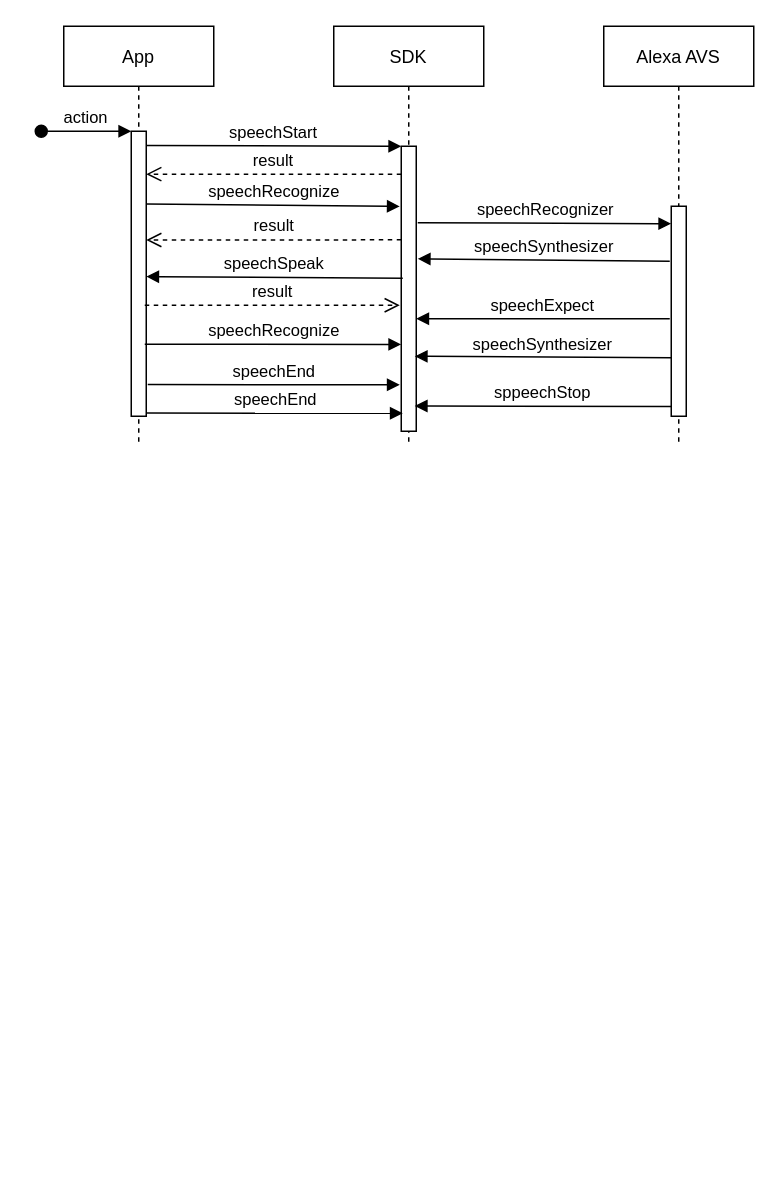
codejie/AlexaHelper keeps this draw.io diagram as page "speech" (3 of 5) of doc/AlexaSDK.drawio. Above is the earlier version. Source tidied: cells renumbered, new cells numbered last; positions are measured from the earlier drawing's top-left corner, leaving out a move shared by most shapes. Both pictures are drawn from the tidied source at 150%, with x=0, y=0 at pixel (40, 26).
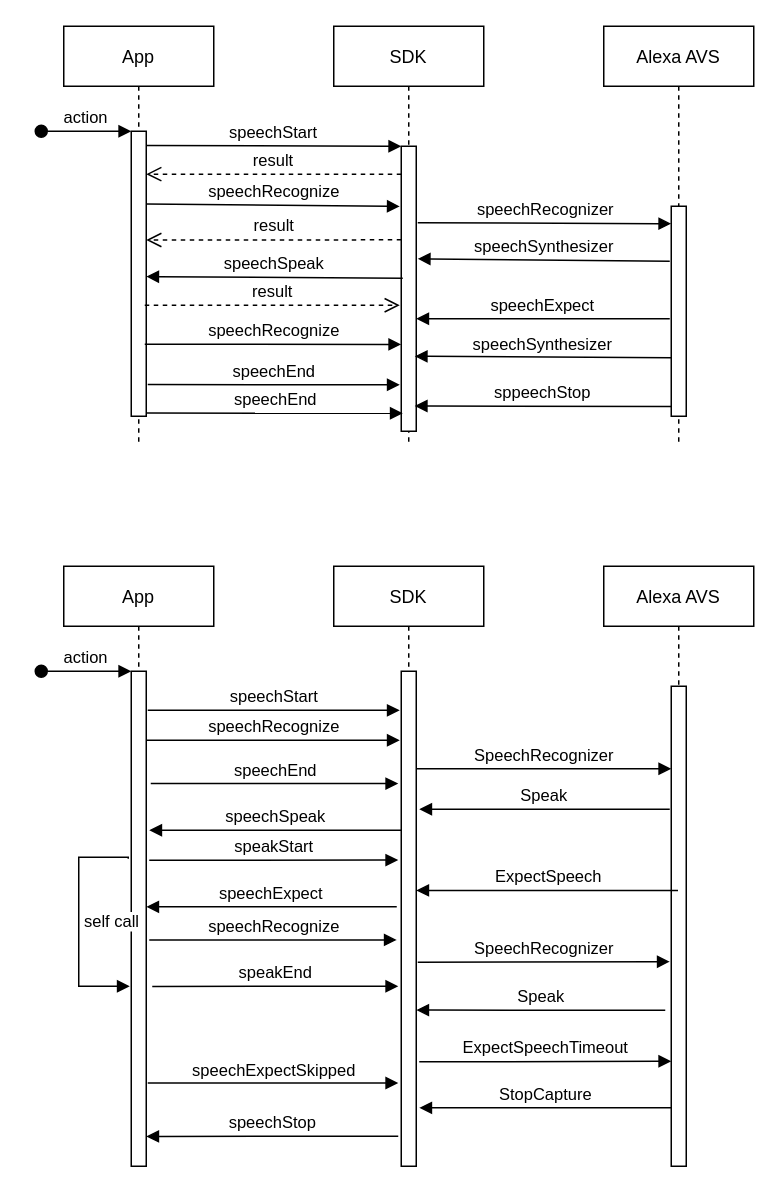
The same diagram, later.

The edit, as a diff of the source:
```diff
@@
+    <mxCell id="23" value="App" style="shape=umlLifeline;perimeter=lifelinePerimeter;rounded=0;shadow=0;strokeWidth=1;" parent="1" vertex="1">
+      <mxGeometry x="15" y="360" width="100" height="400" as="geometry" />
+    </mxCell>
+    <mxCell id="24" style="points=[];perimeter=orthogonalPerimeter;rounded=0;shadow=0;strokeWidth=1;" parent="23" vertex="1">
+      <mxGeometry x="45" y="70" width="10" height="330" as="geometry" />
+    </mxCell>
+    <mxCell id="25" value="action" style="verticalAlign=bottom;startArrow=oval;endArrow=block;startSize=8;shadow=0;strokeWidth=1;" parent="23" edge="1" target="24">
+      <mxGeometry relative="1" as="geometry">
+        <mxPoint x="-15" y="70" as="sourcePoint" />
+      </mxGeometry>
+    </mxCell>
+    <mxCell id="26" value="speakStart" style="html=1;verticalAlign=bottom;endArrow=block;rounded=0;entryX=-0.2;entryY=0.571;entryDx=0;entryDy=0;entryPerimeter=0;exitX=1.2;exitY=0.376;exitDx=0;exitDy=0;exitPerimeter=0;" parent="23" edge="1">
+      <mxGeometry relative="1" as="geometry">
+        <mxPoint x="57" y="196" as="sourcePoint" />
+        <mxPoint x="223" y="195.9" as="targetPoint" />
+      </mxGeometry>
+    </mxCell>
+    <mxCell id="27" value="self call" style="edgeStyle=orthogonalEdgeStyle;html=1;align=left;spacingLeft=2;endArrow=block;rounded=0;exitX=-0.2;exitY=0.379;exitDx=0;exitDy=0;exitPerimeter=0;" parent="23" edge="1" source="24">
+      <mxGeometry relative="1" as="geometry">
+        <mxPoint x="44" y="280" as="targetPoint" />
+        <Array as="points">
+          <mxPoint x="43" y="194" />
+          <mxPoint x="10" y="194" />
+          <mxPoint x="10" y="280" />
+        </Array>
+      </mxGeometry>
+    </mxCell>
+    <mxCell id="28" value="speechStop" style="html=1;verticalAlign=bottom;endArrow=block;rounded=0;entryX=1.2;entryY=0.882;entryDx=0;entryDy=0;entryPerimeter=0;" parent="23" edge="1">
+      <mxGeometry relative="1" as="geometry">
+        <mxPoint x="223" y="380" as="sourcePoint" />
+        <mxPoint x="55" y="380.1" as="targetPoint" />
+      </mxGeometry>
+    </mxCell>
+    <mxCell id="29" value="SDK" style="shape=umlLifeline;perimeter=lifelinePerimeter;rounded=0;shadow=0;strokeWidth=1;" parent="1" vertex="1">
+      <mxGeometry x="195" y="360" width="100" height="400" as="geometry" />
+    </mxCell>
+    <mxCell id="30" style="html=1;points=[];perimeter=orthogonalPerimeter;" parent="29" vertex="1">
+      <mxGeometry x="45" y="70" width="10" height="330" as="geometry" />
+    </mxCell>
+    <mxCell id="31" value="ExpectSpeechTimeout" style="html=1;verticalAlign=bottom;endArrow=block;rounded=0;entryX=-0.1;entryY=0.87;entryDx=0;entryDy=0;entryPerimeter=0;exitX=1.1;exitY=0.876;exitDx=0;exitDy=0;exitPerimeter=0;" parent="29" edge="1">
+      <mxGeometry relative="1" as="geometry">
+        <mxPoint x="57" y="330.4" as="sourcePoint" />
+        <mxPoint x="225" y="330" as="targetPoint" />
+      </mxGeometry>
+    </mxCell>
+    <mxCell id="32" value="StopCapture" style="html=1;verticalAlign=bottom;endArrow=block;rounded=0;entryX=1.2;entryY=0.882;entryDx=0;entryDy=0;entryPerimeter=0;" parent="29" edge="1" target="30">
+      <mxGeometry relative="1" as="geometry">
+        <mxPoint x="225" y="361" as="sourcePoint" />
+      </mxGeometry>
+    </mxCell>
+    <mxCell id="33" value="Alexa AVS" style="shape=umlLifeline;perimeter=lifelinePerimeter;rounded=0;shadow=0;strokeWidth=1;" parent="1" vertex="1">
+      <mxGeometry x="375" y="360" width="100" height="400" as="geometry" />
+    </mxCell>
+    <mxCell id="34" style="points=[];perimeter=orthogonalPerimeter;rounded=0;shadow=0;strokeWidth=1;" parent="33" vertex="1">
+      <mxGeometry x="45" y="80" width="10" height="320" as="geometry" />
+    </mxCell>
+    <mxCell id="35" value="speechStart" style="html=1;verticalAlign=bottom;endArrow=block;rounded=0;entryX=-0.1;entryY=0.079;entryDx=0;entryDy=0;entryPerimeter=0;exitX=1.1;exitY=0.079;exitDx=0;exitDy=0;exitPerimeter=0;" parent="1" edge="1" source="24" target="30">
+      <mxGeometry relative="1" as="geometry" />
+    </mxCell>
+    <mxCell id="36" value="speechRecognize" style="html=1;verticalAlign=bottom;endArrow=block;rounded=0;entryX=-0.1;entryY=0.343;entryDx=0;entryDy=0;entryPerimeter=0;exitX=1;exitY=0.343;exitDx=0;exitDy=0;exitPerimeter=0;" parent="1" edge="1">
+      <mxGeometry relative="1" as="geometry">
+        <mxPoint x="70" y="476" as="sourcePoint" />
+        <mxPoint x="239" y="476" as="targetPoint" />
+      </mxGeometry>
+    </mxCell>
+    <mxCell id="37" value="SpeechRecognizer" style="html=1;verticalAlign=bottom;endArrow=block;rounded=0;entryX=0;entryY=0.172;entryDx=0;entryDy=0;entryPerimeter=0;" parent="1" edge="1" target="34">
+      <mxGeometry relative="1" as="geometry">
+        <mxPoint x="250" y="495" as="sourcePoint" />
+      </mxGeometry>
+    </mxCell>
+    <mxCell id="38" value="speechEnd" style="html=1;verticalAlign=bottom;endArrow=block;rounded=0;entryX=-0.2;entryY=0.571;entryDx=0;entryDy=0;entryPerimeter=0;exitX=1.3;exitY=0.571;exitDx=0;exitDy=0;exitPerimeter=0;" parent="1" edge="1">
+      <mxGeometry relative="1" as="geometry">
+        <mxPoint x="73" y="504.9" as="sourcePoint" />
+        <mxPoint x="238" y="504.9" as="targetPoint" />
+      </mxGeometry>
+    </mxCell>
+    <mxCell id="39" value="Speak" style="html=1;verticalAlign=bottom;endArrow=block;rounded=0;entryX=1.2;entryY=0.324;entryDx=0;entryDy=0;entryPerimeter=0;exitX=-0.1;exitY=0.3;exitDx=0;exitDy=0;exitPerimeter=0;" parent="1" edge="1">
+      <mxGeometry relative="1" as="geometry">
+        <mxPoint x="419" y="522" as="sourcePoint" />
+        <mxPoint x="252" y="522" as="targetPoint" />
+      </mxGeometry>
+    </mxCell>
+    <mxCell id="40" value="speechSpeak" style="html=1;verticalAlign=bottom;endArrow=block;rounded=0;entryX=1.2;entryY=0.462;entryDx=0;entryDy=0;entryPerimeter=0;exitX=0;exitY=0.462;exitDx=0;exitDy=0;exitPerimeter=0;" parent="1" edge="1">
+      <mxGeometry relative="1" as="geometry">
+        <mxPoint x="240" y="536" as="sourcePoint" />
+        <mxPoint x="72" y="536" as="targetPoint" />
+      </mxGeometry>
+    </mxCell>
+    <mxCell id="41" value="ExpectSpeech" style="html=1;verticalAlign=bottom;endArrow=block;rounded=0;entryX=1;entryY=0.521;entryDx=0;entryDy=0;entryPerimeter=0;" parent="1" edge="1">
+      <mxGeometry relative="1" as="geometry">
+        <mxPoint x="424.5" y="576.1" as="sourcePoint" />
+        <mxPoint x="250" y="576.1" as="targetPoint" />
+      </mxGeometry>
+    </mxCell>
+    <mxCell id="42" value="speechExpect" style="html=1;verticalAlign=bottom;endArrow=block;rounded=0;exitX=-0.3;exitY=0.476;exitDx=0;exitDy=0;exitPerimeter=0;entryX=1;entryY=0.476;entryDx=0;entryDy=0;entryPerimeter=0;" parent="1" edge="1" source="30" target="24">
+      <mxGeometry relative="1" as="geometry" />
+    </mxCell>
+    <mxCell id="43" value="speakEnd" style="html=1;verticalAlign=bottom;endArrow=block;rounded=0;entryX=-0.1;entryY=0.714;entryDx=0;entryDy=0;entryPerimeter=0;" parent="1" edge="1">
+      <mxGeometry relative="1" as="geometry">
+        <mxPoint x="74" y="640.1" as="sourcePoint" />
+        <mxPoint x="238" y="640" as="targetPoint" />
+      </mxGeometry>
+    </mxCell>
+    <mxCell id="44" value="speechRecognize" style="html=1;verticalAlign=bottom;endArrow=block;rounded=0;exitX=1.1;exitY=0.476;exitDx=0;exitDy=0;exitPerimeter=0;entryX=-0.4;entryY=0.476;entryDx=0;entryDy=0;entryPerimeter=0;" parent="1" edge="1">
+      <mxGeometry relative="1" as="geometry">
+        <mxPoint x="72" y="609.1" as="sourcePoint" />
+        <mxPoint x="237" y="609.1" as="targetPoint" />
+      </mxGeometry>
+    </mxCell>
+    <mxCell id="45" value="SpeechRecognizer" style="html=1;verticalAlign=bottom;endArrow=block;rounded=0;entryX=-0.1;entryY=0.87;entryDx=0;entryDy=0;entryPerimeter=0;exitX=1.1;exitY=0.876;exitDx=0;exitDy=0;exitPerimeter=0;" parent="1" edge="1">
+      <mxGeometry relative="1" as="geometry">
+        <mxPoint x="251" y="624" as="sourcePoint" />
+        <mxPoint x="419" y="623.6" as="targetPoint" />
+      </mxGeometry>
+    </mxCell>
+    <mxCell id="46" value="Speak" style="html=1;verticalAlign=bottom;endArrow=block;rounded=0;entryX=1.2;entryY=0.748;entryDx=0;entryDy=0;entryPerimeter=0;exitX=-0.1;exitY=0.975;exitDx=0;exitDy=0;exitPerimeter=0;" parent="1" edge="1">
+      <mxGeometry relative="1" as="geometry">
+        <mxPoint x="416" y="656" as="sourcePoint" />
+        <mxPoint x="250" y="655.9" as="targetPoint" />
+      </mxGeometry>
+    </mxCell>
+    <mxCell id="47" value="speechExpectSkipped" style="html=1;verticalAlign=bottom;endArrow=block;rounded=0;entryX=-0.2;entryY=0.862;entryDx=0;entryDy=0;entryPerimeter=0;exitX=1.1;exitY=0.862;exitDx=0;exitDy=0;exitPerimeter=0;" parent="1" edge="1">
+      <mxGeometry relative="1" as="geometry">
+        <mxPoint x="71" y="704.5" as="sourcePoint" />
+        <mxPoint x="238" y="704.5" as="targetPoint" />
+      </mxGeometry>
+    </mxCell>
```
